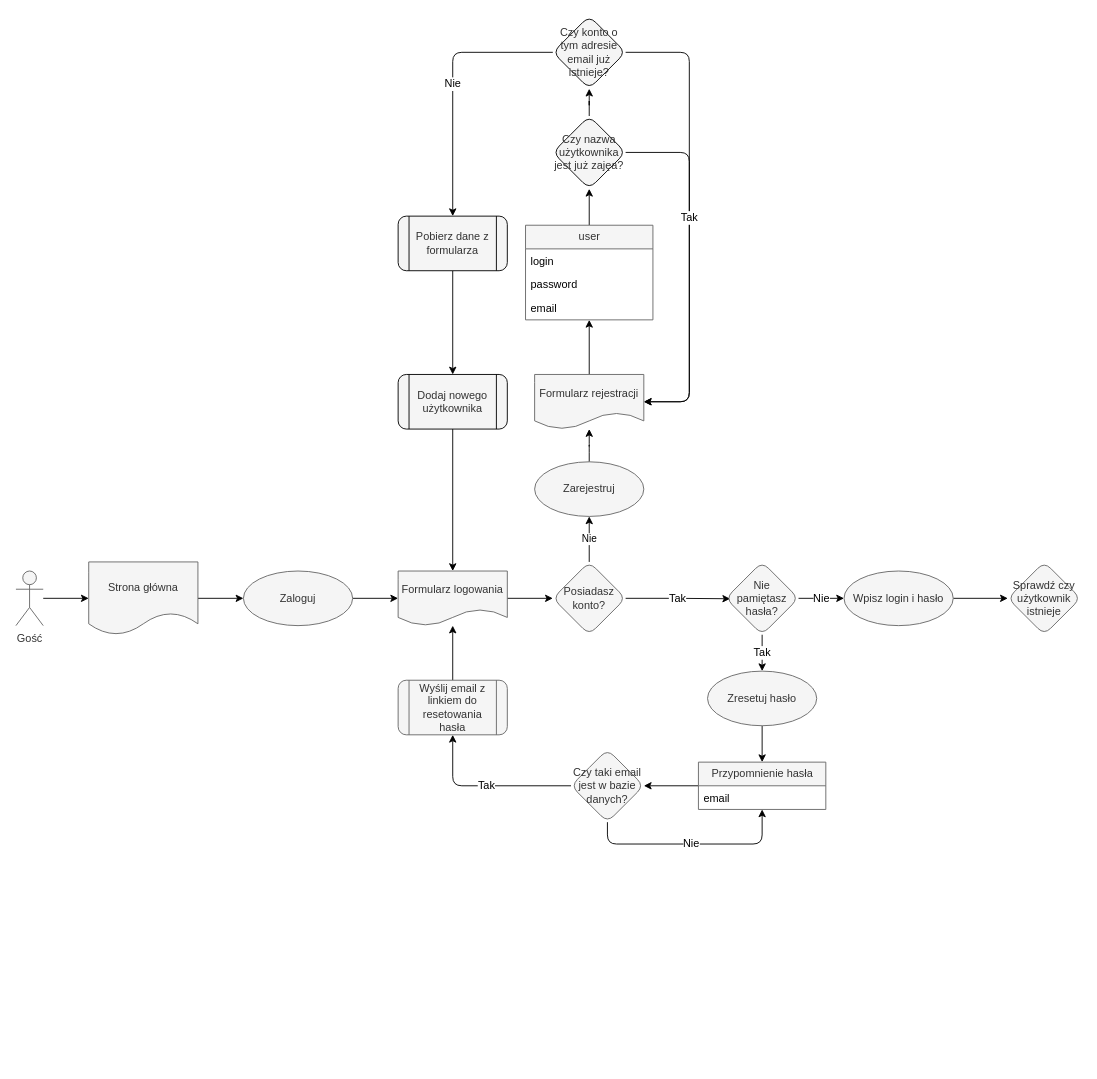
Above: Diagram bez tytułu.drawio in zulux99/praca-dyplomowa (draw.io), before the change. Source tidied: cells renumbered, new cells numbered last; positions are measured from the earlier drawing's top-left corner, leaving out a move shared by most shapes. Both pictures are drawn from the tidied source at 91%, with x=0, y=0 at pixel (15, 15).
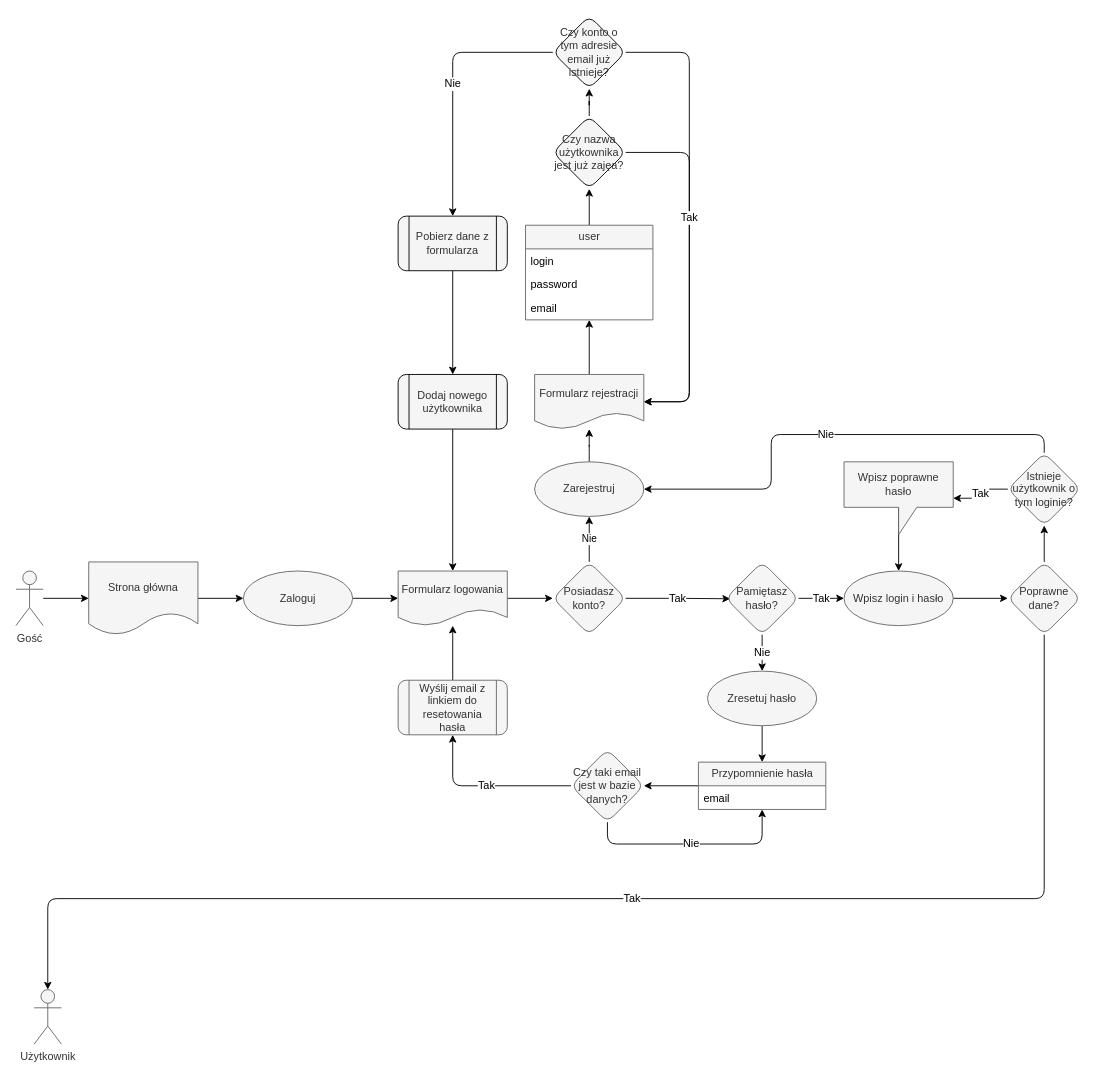
The same diagram, later.

Commit message:
dalsza część logowania

The change refers to these unchanged cells:
```xml
<mxCell id="10" value="Zarejestruj" style="ellipse;whiteSpace=wrap;html=1;rounded=1;shadow=0;sketch=0;fillColor=#f5f5f5;strokeColor=#666666;fontColor=#333333;" parent="1" vertex="1">
  <mxGeometry x="570" y="490" width="120" height="60" as="geometry" />
</mxCell>
<mxCell id="13" value="Wpisz login i hasło" style="ellipse;whiteSpace=wrap;html=1;rounded=1;shadow=0;sketch=0;fillColor=#f5f5f5;strokeColor=#666666;fontColor=#333333;" parent="1" vertex="1">
  <mxGeometry x="910" y="610" width="120" height="60" as="geometry" />
</mxCell>
<mxCell id="17" value="Zresetuj hasło" style="ellipse;whiteSpace=wrap;html=1;rounded=1;shadow=0;sketch=0;fillColor=#f5f5f5;strokeColor=#666666;fontColor=#333333;" parent="1" vertex="1">
  <mxGeometry x="760" y="720" width="120" height="60" as="geometry" />
</mxCell>
```

What changed in the source:
```diff
@@
-    <mxCell id="11" value="Nie" style="edgeStyle=orthogonalEdgeStyle;rounded=0;jettySize=auto;html=1;labelBackgroundColor=#FFFFFF;labelBorderColor=none;fontSize=12;exitX=1;exitY=0.5;exitDx=0;exitDy=0;" parent="1" edge="1" source="15" target="13">
+    <mxCell id="11" value="Tak" style="edgeStyle=orthogonalEdgeStyle;rounded=0;jettySize=auto;html=1;labelBackgroundColor=#FFFFFF;labelBorderColor=none;fontSize=12;exitX=1;exitY=0.5;exitDx=0;exitDy=0;" parent="1" edge="1" source="15" target="13">
       <mxGeometry relative="1" as="geometry" />
     </mxCell>
@@
-    <mxCell id="14" value="Tak" style="edgeStyle=orthogonalEdgeStyle;rounded=0;jettySize=auto;html=1;labelBackgroundColor=#FFFFFF;labelBorderColor=none;fontSize=12;" parent="1" edge="1" source="15" target="17">
+    <mxCell id="14" value="Nie" style="edgeStyle=orthogonalEdgeStyle;rounded=0;jettySize=auto;html=1;labelBackgroundColor=#FFFFFF;labelBorderColor=none;fontSize=12;" parent="1" edge="1" source="15" target="17">
       <mxGeometry relative="1" as="geometry" />
     </mxCell>
-    <mxCell id="15" value="Nie&lt;br&gt;pamiętasz&lt;br&gt;hasła?" style="rhombus;whiteSpace=wrap;html=1;rounded=1;shadow=0;sketch=0;fontSize=12;fillColor=#f5f5f5;strokeColor=#666666;fontColor=#333333;" parent="1" vertex="1">
+    <mxCell id="15" value="Pamiętasz hasło?" style="rhombus;whiteSpace=wrap;html=1;rounded=1;shadow=0;sketch=0;fontSize=12;fillColor=#f5f5f5;strokeColor=#666666;fontColor=#333333;" parent="1" vertex="1">
       <mxGeometry x="780" y="600" width="80" height="80" as="geometry" />
     </mxCell>
@@
+    <mxCell id="48" value="Tak" style="edgeStyle=orthogonalEdgeStyle;jettySize=auto;html=1;labelBackgroundColor=default;fontFamily=Helvetica;fontSize=12;fontColor=default;endArrow=classic;endFill=1;" parent="1" edge="1" source="18" target="50">
+      <mxGeometry relative="1" as="geometry">
+        <Array as="points">
+          <mxPoint x="1130" y="970" />
+          <mxPoint x="35" y="970" />
+        </Array>
+      </mxGeometry>
+    </mxCell>
+    <mxCell id="49" style="edgeStyle=orthogonalEdgeStyle;jettySize=auto;html=1;labelBackgroundColor=default;fontFamily=Helvetica;fontSize=12;fontColor=default;endArrow=classic;endFill=1;" parent="1" edge="1" source="18" target="53">
+      <mxGeometry relative="1" as="geometry" />
+    </mxCell>
-    <mxCell id="18" value="Sprawdź czy użytkownik istnieje" style="rhombus;whiteSpace=wrap;html=1;shadow=0;fontFamily=Helvetica;fontSize=12;fontColor=#333333;align=center;strokeColor=#666666;fillColor=#f5f5f5;sketch=0;rounded=1;" parent="1" vertex="1">
+    <mxCell id="18" value="Poprawne dane?" style="rhombus;whiteSpace=wrap;html=1;shadow=0;fontFamily=Helvetica;fontSize=12;fontColor=#333333;align=center;strokeColor=#666666;fillColor=#f5f5f5;sketch=0;rounded=1;" parent="1" vertex="1">
       <mxGeometry x="1090" y="600" width="80" height="80" as="geometry" />
     </mxCell>
@@
+    <mxCell id="50" value="Użytkownik" style="shape=umlActor;verticalLabelPosition=bottom;verticalAlign=top;html=1;outlineConnect=0;rounded=0;shadow=0;sketch=0;fillColor=#f5f5f5;strokeColor=#666666;fontColor=#333333;" parent="1" vertex="1">
+      <mxGeometry x="20" y="1070" width="30" height="60" as="geometry" />
+    </mxCell>
+    <mxCell id="51" value="Nie" style="edgeStyle=orthogonalEdgeStyle;jettySize=auto;html=1;labelBackgroundColor=default;fontFamily=Helvetica;fontSize=12;fontColor=default;endArrow=classic;endFill=1;exitX=0.5;exitY=0;exitDx=0;exitDy=0;entryX=1;entryY=0.5;entryDx=0;entryDy=0;" parent="1" edge="1" source="53" target="10">
+      <mxGeometry relative="1" as="geometry">
+        <Array as="points">
+          <mxPoint x="1130" y="460" />
+          <mxPoint x="830" y="460" />
+          <mxPoint x="830" y="520" />
+        </Array>
+      </mxGeometry>
+    </mxCell>
+    <mxCell id="52" value="Tak" style="edgeStyle=orthogonalEdgeStyle;jettySize=auto;html=1;labelBackgroundColor=default;fontFamily=Helvetica;fontSize=12;fontColor=default;endArrow=classic;endFill=1;" parent="1" edge="1" source="53" target="55">
+      <mxGeometry relative="1" as="geometry" />
+    </mxCell>
+    <mxCell id="53" value="Istnieje użytkownik o tym loginie?" style="rhombus;whiteSpace=wrap;html=1;fillColor=#f5f5f5;strokeColor=#666666;fontColor=#333333;shadow=0;sketch=0;rounded=1;" parent="1" vertex="1">
+      <mxGeometry x="1090" y="480" width="80" height="80" as="geometry" />
+    </mxCell>
+    <mxCell id="54" style="edgeStyle=orthogonalEdgeStyle;jettySize=auto;html=1;labelBackgroundColor=default;fontFamily=Helvetica;fontSize=12;fontColor=default;endArrow=classic;endFill=1;" parent="1" edge="1" source="55" target="13">
+      <mxGeometry relative="1" as="geometry" />
+    </mxCell>
+    <mxCell id="55" value="Wpisz poprawne hasło" style="shape=callout;whiteSpace=wrap;html=1;perimeter=calloutPerimeter;shadow=0;fontFamily=Helvetica;fontSize=12;fontColor=#333333;strokeColor=#666666;fillColor=#f5f5f5;" parent="1" vertex="1">
+      <mxGeometry x="910" y="490" width="120" height="80" as="geometry" />
+    </mxCell>
```
